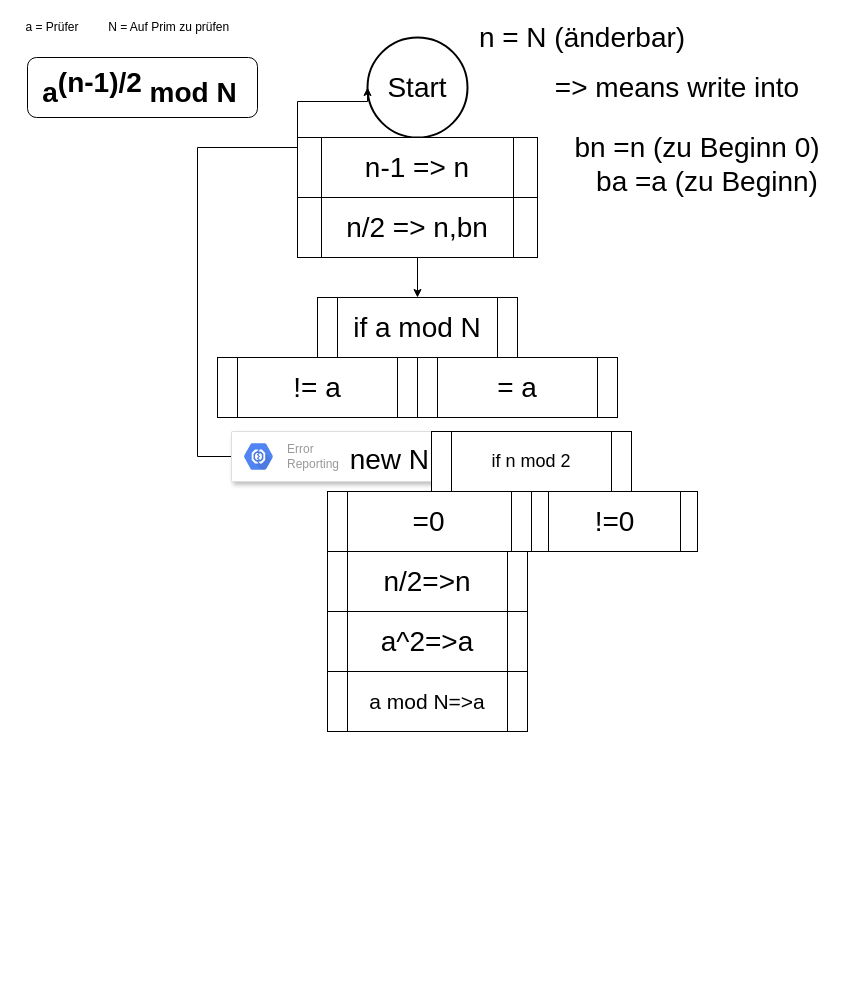
Above: Problem_solver.drawio in davehenton/AICY (draw.io), before the change. Source tidied: cells renumbered, new cells numbered last; positions are measured from the earlier drawing's top-left corner, leaving out a move shared by most shapes. Both pictures are drawn from the tidied source at 100%, with x=0, y=0 at pixel (17, 17).
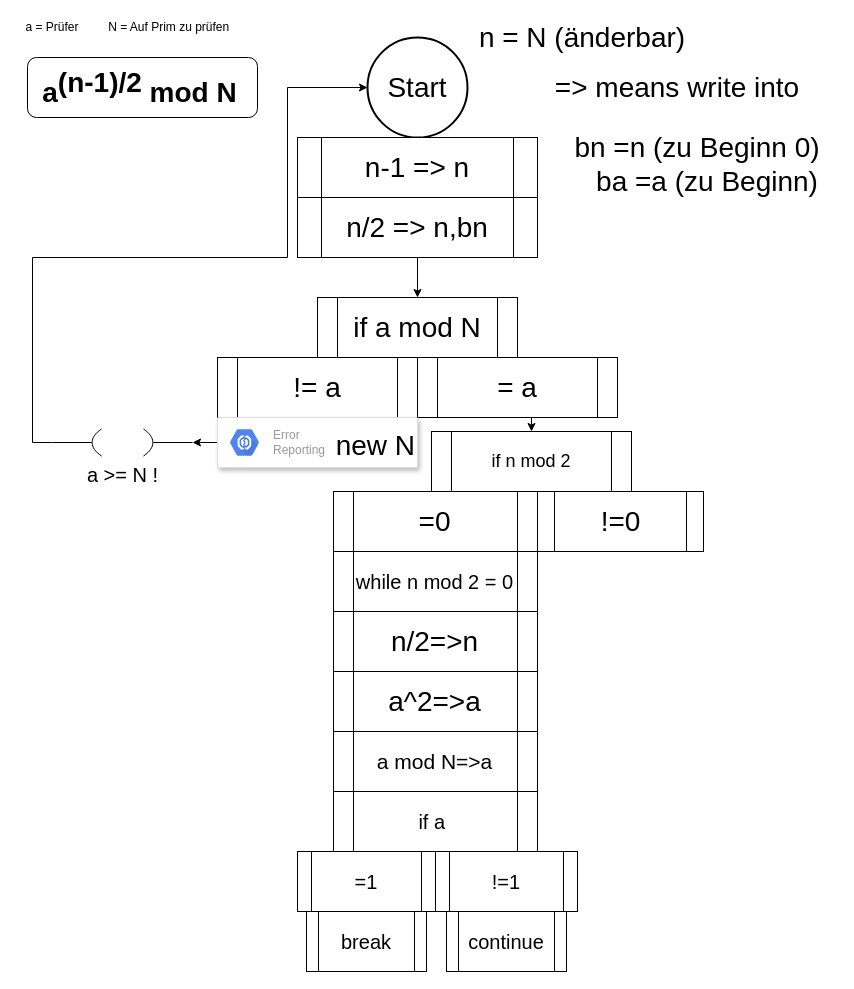
After the change.

Unchanged cells that the change refers to:
```xml
<mxCell id="6" value="Start" style="strokeWidth=2;html=1;shape=mxgraph.flowchart.start_2;whiteSpace=wrap;fontSize=28;" parent="1" vertex="1">
  <mxGeometry x="350" y="20" width="100" height="100" as="geometry" />
</mxCell>
<mxCell id="13" value="= a" style="shape=process;whiteSpace=wrap;html=1;backgroundOutline=1;fontSize=28;" parent="1" vertex="1">
  <mxGeometry x="400" y="340" width="200" height="60" as="geometry" />
</mxCell>
<mxCell id="18" value="&lt;div align=&quot;center&quot; style=&quot;font-size: 18px&quot;&gt;if n mod 2&lt;/div&gt;" style="shape=process;whiteSpace=wrap;html=1;backgroundOutline=1;fontSize=28;align=center;" parent="1" vertex="1">
  <mxGeometry x="414" y="414" width="200" height="60" as="geometry" />
</mxCell>
```

What changed in the source:
```diff
@@
+    <mxCell id="26" style="edgeStyle=orthogonalEdgeStyle;rounded=0;jettySize=auto;html=1;exitX=0.5;exitY=1;exitDx=0;exitDy=0;entryX=0.5;entryY=0;entryDx=0;entryDy=0;" parent="1" edge="1" source="13" target="18">
+      <mxGeometry relative="1" as="geometry" />
+    </mxCell>
@@
-    <mxCell id="14" style="edgeStyle=orthogonalEdgeStyle;rounded=0;jettySize=auto;html=1;exitX=0;exitY=0.5;exitDx=0;exitDy=0;entryX=0;entryY=0.5;entryDx=0;entryDy=0;entryPerimeter=0;fontSize=28;" parent="1" edge="1" source="15" target="6">
-      <mxGeometry relative="1" as="geometry">
-        <Array as="points">
-          <mxPoint x="180" y="439" />
-          <mxPoint x="180" y="130" />
-          <mxPoint x="280" y="130" />
-          <mxPoint x="280" y="84" />
-        </Array>
-      </mxGeometry>
-    </mxCell>
+    <mxCell id="27" style="edgeStyle=orthogonalEdgeStyle;rounded=0;jettySize=auto;html=1;exitX=0;exitY=0.5;exitDx=0;exitDy=0;entryX=1;entryY=0.5;entryDx=0;entryDy=0;entryPerimeter=0;fontSize=20;" parent="1" edge="1" source="15" target="30">
+      <mxGeometry relative="1" as="geometry" />
+    </mxCell>
     <mxCell id="15" value="new N" style="strokeColor=#dddddd;fillColor=#ffffff;shadow=1;strokeWidth=1;rounded=1;absoluteArcSize=1;arcSize=2;fontSize=28;align=right;" parent="1" vertex="1">
-      <mxGeometry x="214" y="414" width="200" height="50" as="geometry" />
+      <mxGeometry x="200" y="400" width="200" height="50" as="geometry" />
     </mxCell>
@@
     <mxCell id="20" value="&lt;div align=&quot;center&quot;&gt;=0&lt;/div&gt;" style="shape=process;whiteSpace=wrap;html=1;backgroundOutline=1;fontSize=28;align=center;" parent="1" vertex="1">
-      <mxGeometry x="310" y="474" width="204" height="60" as="geometry" />
+      <mxGeometry x="316" y="474" width="204" height="60" as="geometry" />
     </mxCell>
     <mxCell id="21" value="&lt;div align=&quot;center&quot;&gt;!=0&lt;/div&gt;" style="shape=process;whiteSpace=wrap;html=1;backgroundOutline=1;fontSize=28;align=center;" parent="1" vertex="1">
-      <mxGeometry x="514" y="474" width="166" height="60" as="geometry" />
+      <mxGeometry x="520" y="474" width="166" height="60" as="geometry" />
     </mxCell>
     <mxCell id="22" value="&lt;div align=&quot;center&quot;&gt;n/2=&amp;gt;n&lt;/div&gt;" style="shape=process;whiteSpace=wrap;html=1;backgroundOutline=1;fontSize=28;align=center;" parent="1" vertex="1">
-      <mxGeometry x="310" y="534" width="200" height="60" as="geometry" />
+      <mxGeometry x="316" y="594" width="204" height="60" as="geometry" />
     </mxCell>
     <mxCell id="23" value="&lt;div align=&quot;center&quot;&gt;a^2=&amp;gt;a&lt;/div&gt;" style="shape=process;whiteSpace=wrap;html=1;backgroundOutline=1;fontSize=28;align=center;" parent="1" vertex="1">
-      <mxGeometry x="310" y="594" width="200" height="60" as="geometry" />
+      <mxGeometry x="316" y="654" width="204" height="60" as="geometry" />
     </mxCell>
@@
     <mxCell id="25" value="&lt;div align=&quot;center&quot; style=&quot;font-size: 21px&quot;&gt;a mod N=&amp;gt;a&lt;/div&gt;" style="shape=process;whiteSpace=wrap;html=1;backgroundOutline=1;fontSize=21;align=center;" parent="1" vertex="1">
-      <mxGeometry x="310" y="654" width="200" height="60" as="geometry" />
+      <mxGeometry x="316" y="714" width="204" height="60" as="geometry" />
     </mxCell>
+    <mxCell id="28" value="while n mod 2 = 0" style="shape=process;whiteSpace=wrap;html=1;backgroundOutline=1;fontSize=20;" parent="1" vertex="1">
+      <mxGeometry x="316" y="534" width="204" height="60" as="geometry" />
+    </mxCell>
+    <mxCell id="29" style="edgeStyle=orthogonalEdgeStyle;rounded=0;jettySize=auto;html=1;exitX=0;exitY=0.5;exitDx=0;exitDy=0;exitPerimeter=0;entryX=0;entryY=0.5;entryDx=0;entryDy=0;entryPerimeter=0;fontSize=20;" parent="1" edge="1" source="30" target="6">
+      <mxGeometry relative="1" as="geometry">
+        <Array as="points">
+          <mxPoint x="15" y="425" />
+          <mxPoint x="15" y="240" />
+          <mxPoint x="270" y="240" />
+          <mxPoint x="270" y="70" />
+        </Array>
+      </mxGeometry>
+    </mxCell>
+    <mxCell id="30" value="a &amp;gt;= N !" style="verticalLabelPosition=bottom;shadow=0;dashed=0;align=center;fillColor=#ffffff;html=1;verticalAlign=top;strokeWidth=1;shape=mxgraph.electrical.plc_ladder.output_1;fontSize=20;" parent="1" vertex="1">
+      <mxGeometry x="35" y="411.5" width="140" height="27" as="geometry" />
+    </mxCell>
+    <mxCell id="31" value="if a&amp;nbsp;" style="shape=process;whiteSpace=wrap;html=1;backgroundOutline=1;fontSize=20;" parent="1" vertex="1">
+      <mxGeometry x="316" y="774" width="204" height="60" as="geometry" />
+    </mxCell>
+    <mxCell id="32" value="=1" style="shape=process;whiteSpace=wrap;html=1;backgroundOutline=1;fontSize=20;" parent="1" vertex="1">
+      <mxGeometry x="280" y="834" width="138" height="60" as="geometry" />
+    </mxCell>
+    <mxCell id="33" value="!=1" style="shape=process;whiteSpace=wrap;html=1;backgroundOutline=1;fontSize=20;" parent="1" vertex="1">
+      <mxGeometry x="418" y="834" width="142" height="60" as="geometry" />
+    </mxCell>
+    <mxCell id="34" value="break" style="shape=process;whiteSpace=wrap;html=1;backgroundOutline=1;fontSize=20;" parent="1" vertex="1">
+      <mxGeometry x="289" y="894" width="120" height="60" as="geometry" />
+    </mxCell>
+    <mxCell id="35" value="continue" style="shape=process;whiteSpace=wrap;html=1;backgroundOutline=1;fontSize=20;" parent="1" vertex="1">
+      <mxGeometry x="429" y="894" width="120" height="60" as="geometry" />
+    </mxCell>
```
